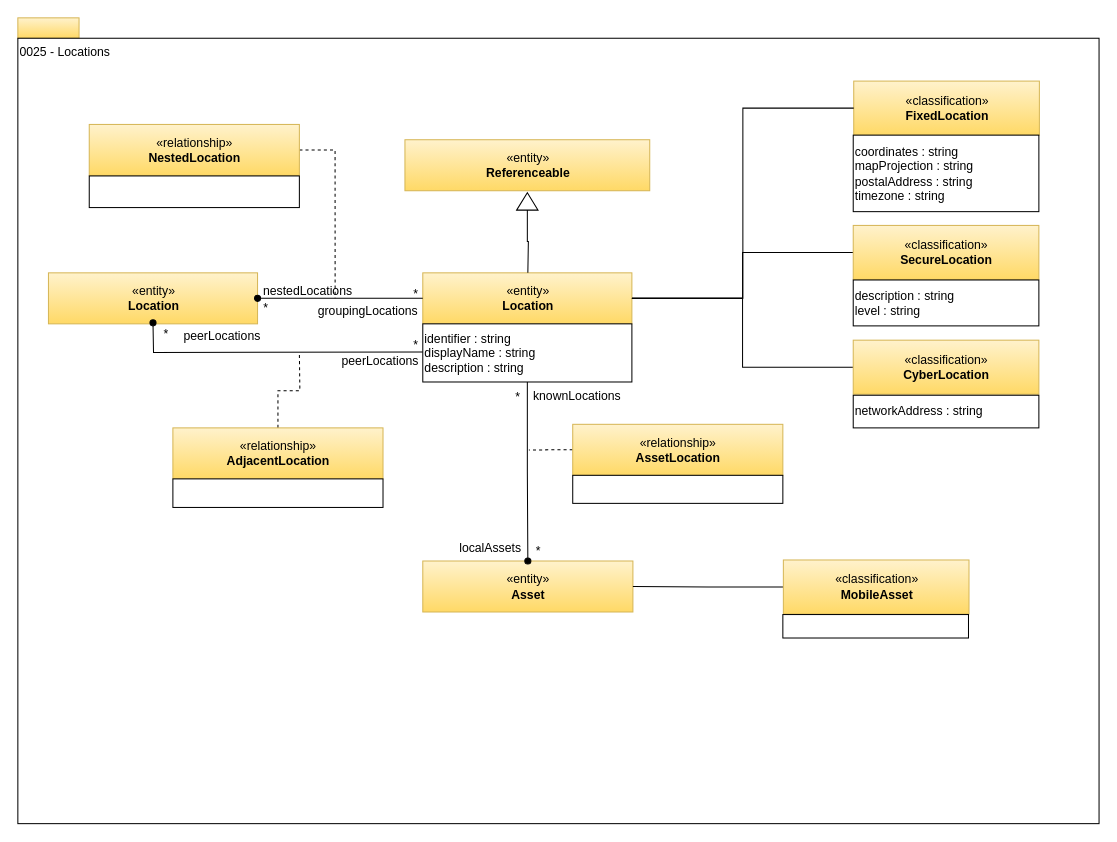
Earlier version of the draw.io diagram page "0025-Locations" (14 of 29) of site/docs/types/0/area-0-basic-types-and-infrastructure.drawio (odpi/egeria-docs). Source tidied: cells renumbered, new cells numbered last; positions are measured from the earlier drawing's top-left corner, leaving out a move shared by most shapes. Both pictures are drawn from the tidied source at 102%, with x=0, y=0 at pixel (17, 17).
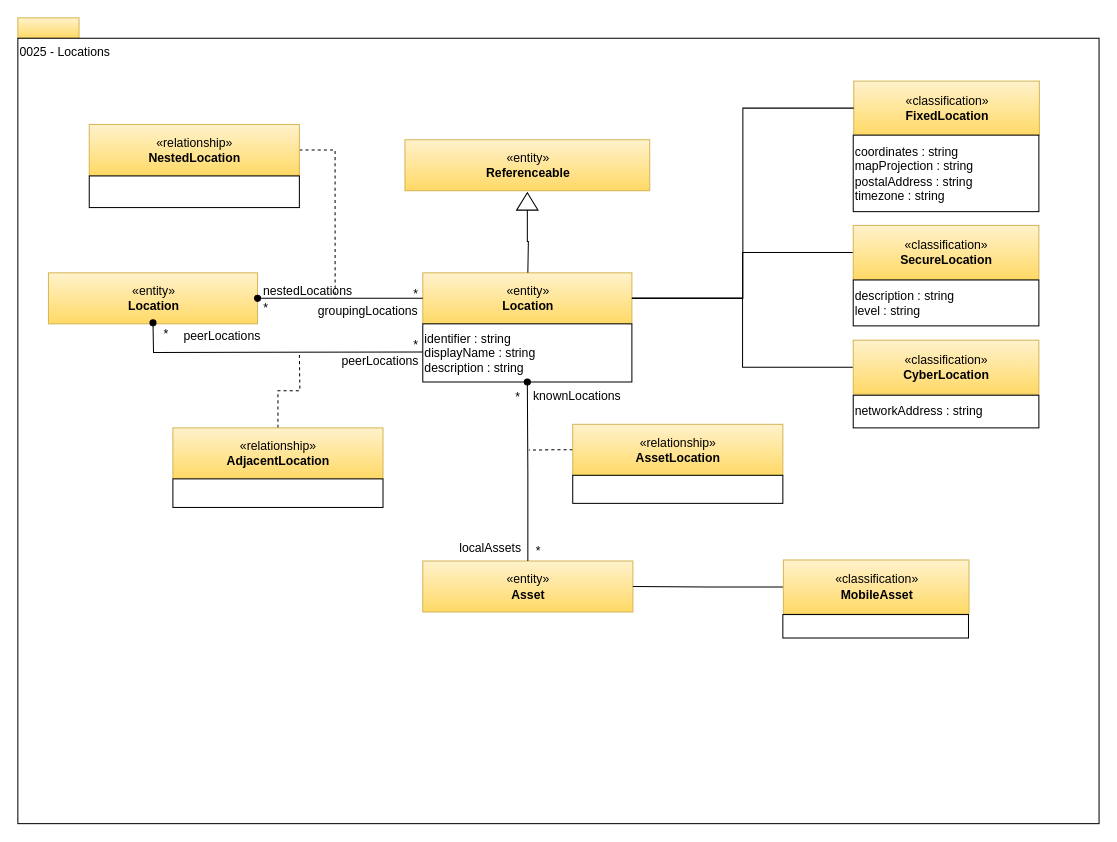
The same page after the edit.

Unchanged cells that the change refers to:
```xml
<mxCell id="5" value="«entity»&lt;br&gt;&lt;b&gt;Asset&lt;/b&gt;" style="html=1;strokeColor=#d6b656;align=center;fillColor=#fff2cc;gradientColor=#ffd966;" parent="1" vertex="1">
  <mxGeometry x="397" y="532.5" width="206" height="50" as="geometry" />
</mxCell>
<mxCell id="16" value="identifier : string&lt;br&gt;displayName : string&lt;br&gt;description : string" style="rounded=0;whiteSpace=wrap;html=1;strokeColor=#000000;gradientColor=#ffffff;align=left;" parent="1" vertex="1">
  <mxGeometry x="397" y="300" width="205" height="57" as="geometry" />
</mxCell>
```

The edit, as a diff of the source:
```diff
@@
-    <mxCell id="46" style="edgeStyle=orthogonalEdgeStyle;rounded=0;html=1;exitX=0.5;exitY=1;entryX=0.5;entryY=0;endArrow=oval;endFill=1;jettySize=auto;" parent="1" edge="1" source="16" target="5">
+    <mxCell id="46" style="edgeStyle=orthogonalEdgeStyle;rounded=0;html=1;exitX=0.5;exitY=0;entryX=0.5;entryY=1;endArrow=oval;endFill=1;jettySize=auto;exitDx=0;exitDy=0;entryDx=0;entryDy=0;" parent="1" edge="1" source="5" target="16">
       <mxGeometry relative="1" as="geometry" />
     </mxCell>
```
